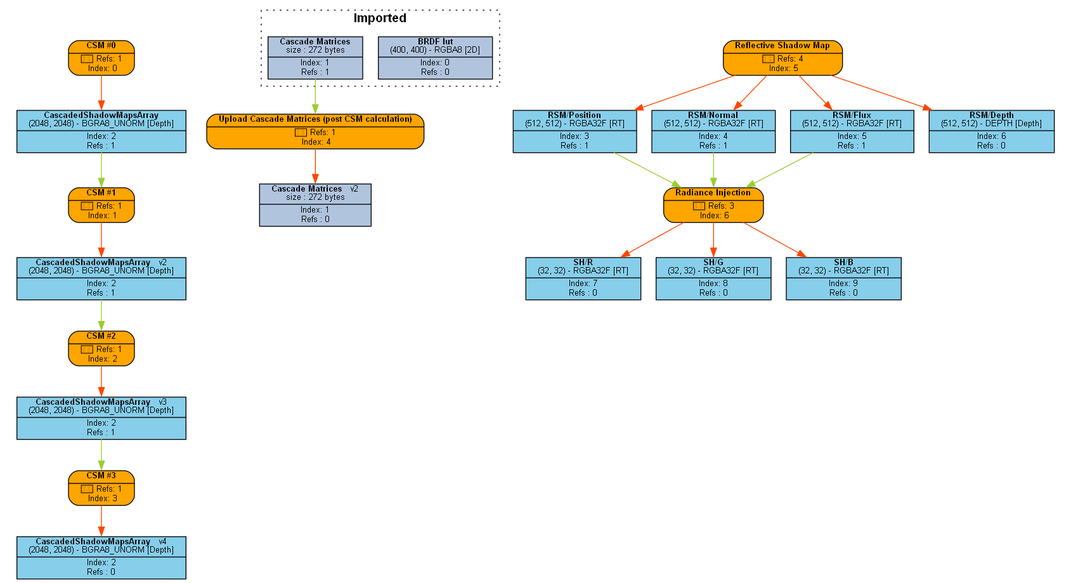
The Graphviz diagram Engine/content/FrameGraphs/PNG/frame_graph_test.png in Pikachuxxxx/Razix, before a commit. Its source is kept beside it as Engine/content/FrameGraphs/frame_graph_test.dot.
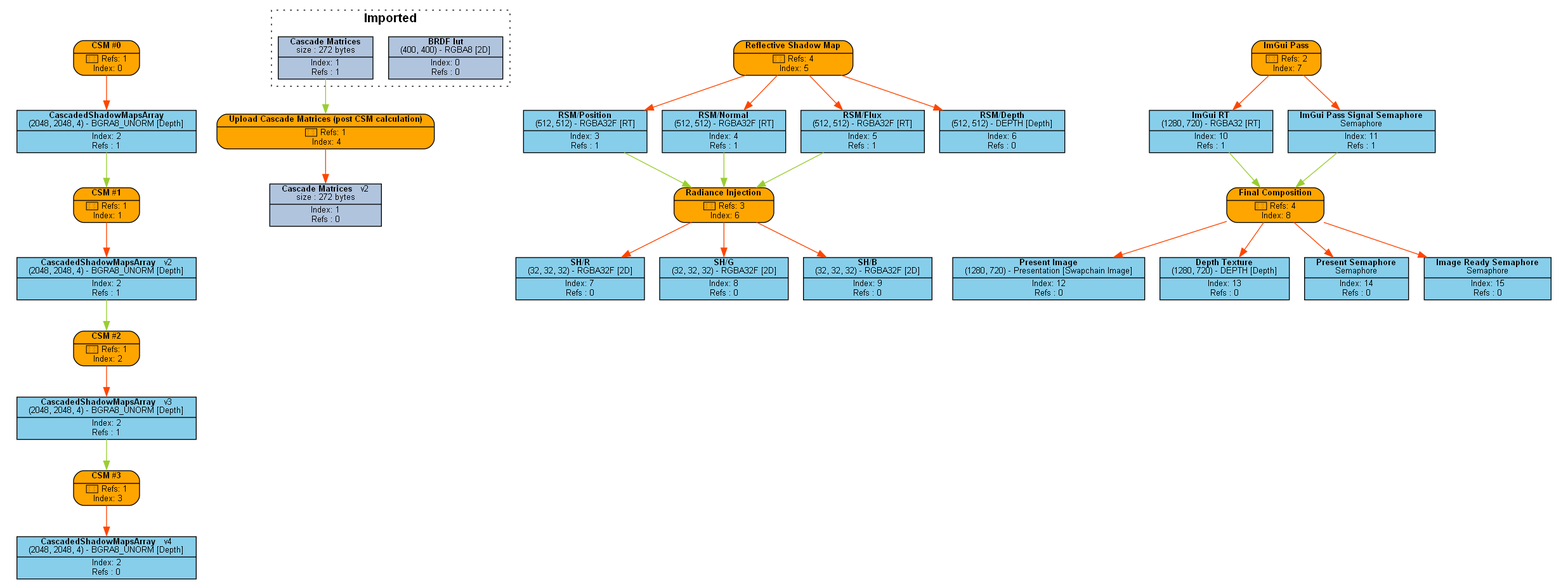
The same file after the commit.

What changed in the source:
```diff
@@ -23,9 +23,9 @@
 R4_1 [label=<{ {<B>RSM/Normal</B><BR/>(512, 512) - RGBA32F [RT]} | {Index: 4<BR/>Refs : 1} }> style=filled, fillcolor=skyblue]
 R5_1 [label=<{ {<B>RSM/Flux</B><BR/>(512, 512) - RGBA32F [RT]} | {Index: 5<BR/>Refs : 1} }> style=filled, fillcolor=skyblue]
 R6_1 [label=<{ {<B>RSM/Depth</B><BR/>(512, 512) - DEPTH [Depth]} | {Index: 6<BR/>Refs : 0} }> style=filled, fillcolor=skyblue]
-R7_1 [label=<{ {<B>SH/R</B><BR/>(32, 32, 32) - RGBA32F [RT]} | {Index: 7<BR/>Refs : 0} }> style=filled, fillcolor=skyblue]
-R8_1 [label=<{ {<B>SH/G</B><BR/>(32, 32, 32) - RGBA32F [RT]} | {Index: 8<BR/>Refs : 0} }> style=filled, fillcolor=skyblue]
-R9_1 [label=<{ {<B>SH/B</B><BR/>(32, 32, 32) - RGBA32F [RT]} | {Index: 9<BR/>Refs : 0} }> style=filled, fillcolor=skyblue]
+R7_1 [label=<{ {<B>SH/R</B><BR/>(32, 32, 32) - RGBA32F [2D]} | {Index: 7<BR/>Refs : 0} }> style=filled, fillcolor=skyblue]
+R8_1 [label=<{ {<B>SH/G</B><BR/>(32, 32, 32) - RGBA32F [2D]} | {Index: 8<BR/>Refs : 0} }> style=filled, fillcolor=skyblue]
+R9_1 [label=<{ {<B>SH/B</B><BR/>(32, 32, 32) - RGBA32F [2D]} | {Index: 9<BR/>Refs : 0} }> style=filled, fillcolor=skyblue]
 R10_1 [label=<{ {<B>ImGui RT</B><BR/>(1280, 720) - RGBA32 [RT]} | {Index: 10<BR/>Refs : 1} }> style=filled, fillcolor=skyblue]
 R11_1 [label=<{ {<B>ImGui Pass Signal Semaphore</B><BR/>Semaphore} | {Index: 11<BR/>Refs : 1} }> style=filled, fillcolor=skyblue]
 R12_1 [label=<{ {<B>Present Image</B><BR/>(1280, 720) - Presentation [Swapchain Image]} | {Index: 12<BR/>Refs : 0} }> style=filled, fillcolor=skyblue]
```
